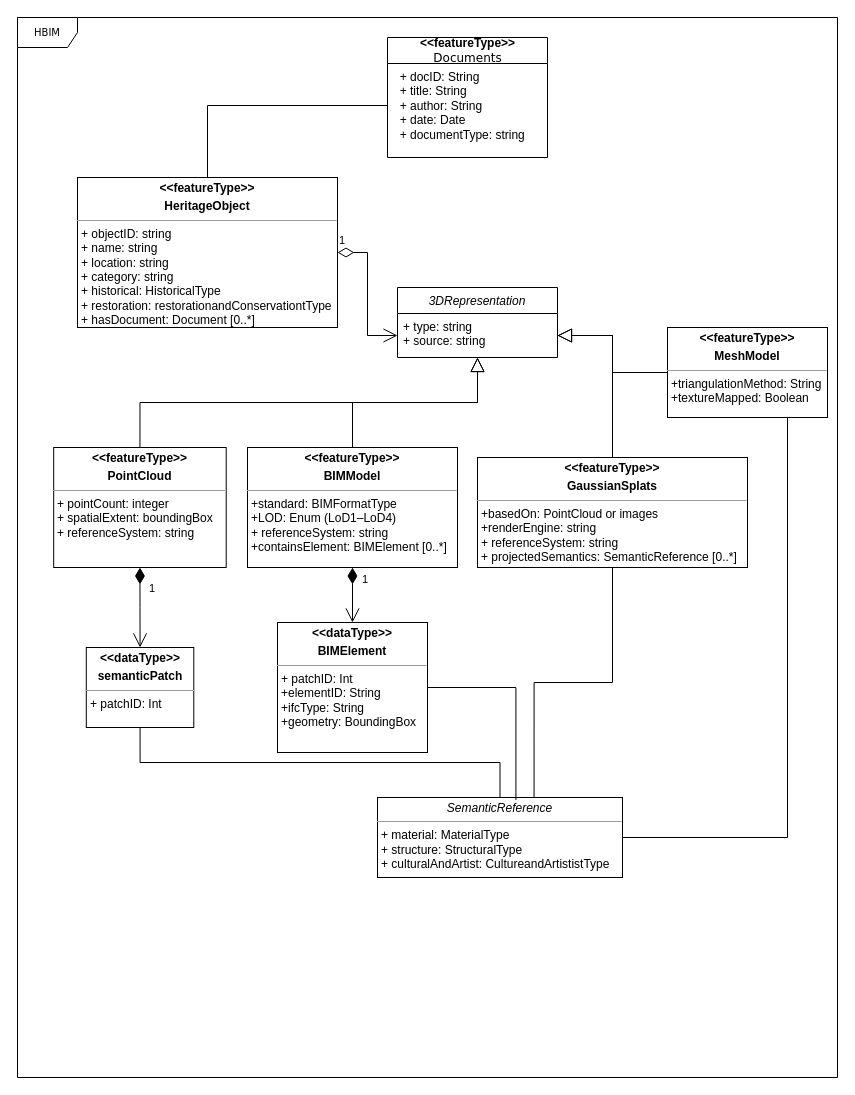
Above: HBIM_UML_withGS.drawio in Zhuoyuee/thesis (draw.io), before the change. Source tidied: cells renumbered, new cells numbered last; positions are measured from the earlier drawing's top-left corner, leaving out a move shared by most shapes. Both pictures are drawn from the tidied source at 100%, with x=0, y=0 at pixel (17, 17).
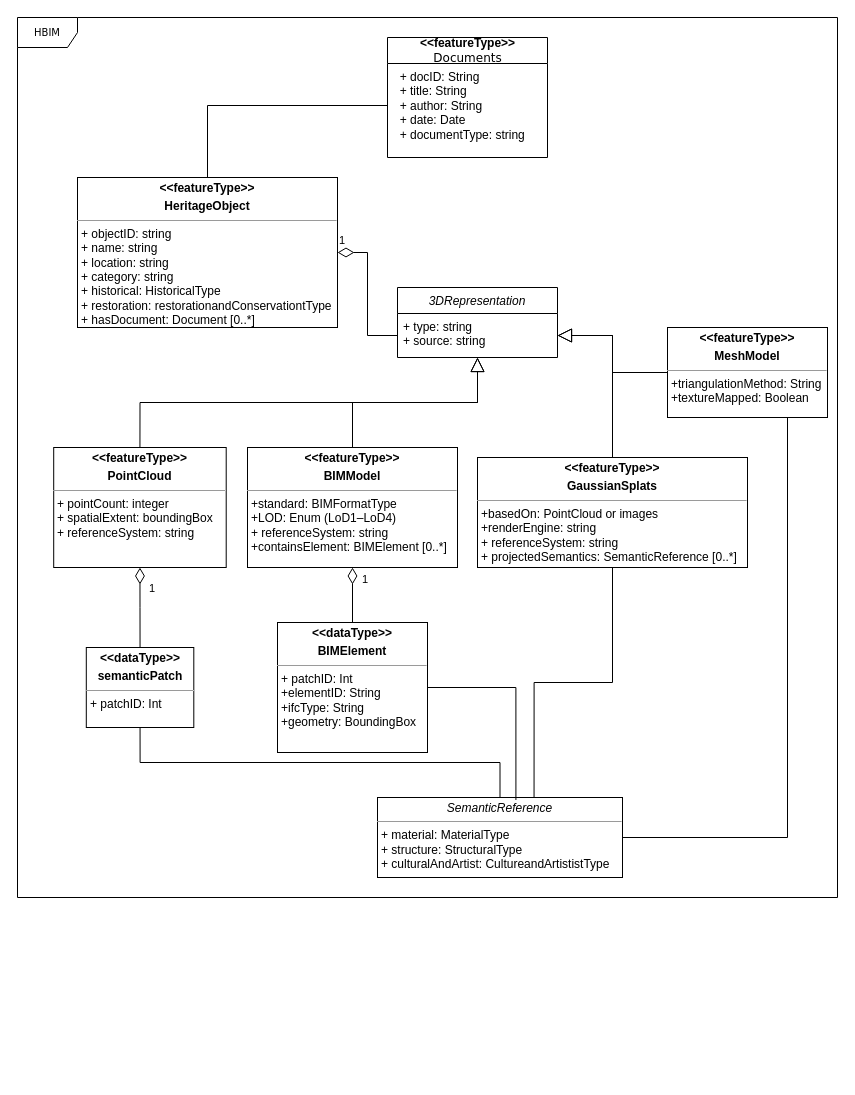
The same page after the edit.

Unchanged cells that the change refers to:
```xml
<mxCell id="7" value="+ type: string&lt;div&gt;+ source: string&lt;/div&gt;" style="text;strokeColor=none;fillColor=none;align=left;verticalAlign=top;spacingLeft=4;spacingRight=4;overflow=hidden;points=[[0,0.5],[1,0.5]];portConstraint=eastwest;whiteSpace=wrap;html=1;" parent="6" vertex="1">
  <mxGeometry y="26" width="160" height="44" as="geometry" />
</mxCell>
<mxCell id="8" value="&lt;p style=&quot;margin:0px;margin-top:4px;text-align:center;&quot;&gt;&lt;b&gt;&amp;lt;&amp;lt;featureType&amp;gt;&amp;gt;&lt;/b&gt;&lt;b&gt;&lt;/b&gt;&lt;/p&gt;&lt;p style=&quot;margin:0px;margin-top:4px;text-align:center;&quot;&gt;&lt;b&gt;PointCloud&lt;/b&gt;&lt;/p&gt;&lt;hr size=&quot;1&quot;&gt;&lt;p style=&quot;margin:0px;margin-left:4px;&quot;&gt;+ pointCount: integer&lt;/p&gt;&lt;p style=&quot;margin:0px;margin-left:4px;&quot;&gt;+ spatialExtent: boundingBox&lt;/p&gt;&lt;p style=&quot;margin:0px;margin-left:4px;&quot;&gt;+ referenceSystem: string&lt;/p&gt;" style="verticalAlign=top;align=left;overflow=fill;fontSize=12;fontFamily=Helvetica;html=1;rounded=0;shadow=0;comic=0;labelBackgroundColor=none;strokeWidth=1;" parent="1" vertex="1">
  <mxGeometry x="36.2" y="430" width="172.5" height="120" as="geometry" />
</mxCell>
<mxCell id="10" value="&lt;p style=&quot;margin:0px;margin-top:4px;text-align:center;&quot;&gt;&lt;b&gt;&amp;lt;&amp;lt;featureType&amp;gt;&amp;gt;&lt;/b&gt;&lt;b&gt;&lt;/b&gt;&lt;/p&gt;&lt;p style=&quot;margin:0px;margin-top:4px;text-align:center;&quot;&gt;&lt;b&gt;HeritageObject&lt;/b&gt;&lt;/p&gt;&lt;hr size=&quot;1&quot;&gt;&lt;p style=&quot;margin:0px;margin-left:4px;&quot;&gt;+ objectID: string&lt;br&gt;+ name: string&lt;/p&gt;&lt;p style=&quot;margin:0px;margin-left:4px;&quot;&gt;+ location: string&lt;/p&gt;&lt;p style=&quot;margin:0px;margin-left:4px;&quot;&gt;+ category: string&lt;/p&gt;&lt;p style=&quot;margin: 0px 0px 0px 4px;&quot;&gt;+ historical: HistoricalType&lt;/p&gt;&lt;p style=&quot;margin: 0px 0px 0px 4px;&quot;&gt;+ restoration:&amp;nbsp;&lt;span style=&quot;background-color: transparent; color: light-dark(rgb(0, 0, 0), rgb(255, 255, 255)); text-align: center;&quot;&gt;restorationandConservationtType&lt;/span&gt;&lt;/p&gt;&lt;p style=&quot;margin:0px;margin-left:4px;&quot;&gt;+ hasDocument: Document [0..*]&lt;/p&gt;" style="verticalAlign=top;align=left;overflow=fill;fontSize=12;fontFamily=Helvetica;html=1;rounded=0;shadow=0;comic=0;labelBackgroundColor=none;strokeWidth=1;" parent="1" vertex="1">
  <mxGeometry x="60" y="160" width="260" height="150" as="geometry" />
</mxCell>
<mxCell id="12" value="&lt;p style=&quot;margin:0px;margin-top:4px;text-align:center;&quot;&gt;&lt;b&gt;&amp;lt;&amp;lt;featureType&amp;gt;&amp;gt;&lt;/b&gt;&lt;b&gt;&lt;/b&gt;&lt;/p&gt;&lt;p style=&quot;margin:0px;margin-top:4px;text-align:center;&quot;&gt;&lt;b&gt;BIMModel&lt;/b&gt;&lt;/p&gt;&lt;hr size=&quot;1&quot;&gt;&lt;p style=&quot;margin:0px;margin-left:4px;&quot;&gt;+standard: BIMFormatType&lt;/p&gt;&lt;p style=&quot;margin:0px;margin-left:4px;&quot;&gt;+LOD: Enum (LoD1–LoD4)&lt;/p&gt;&lt;p style=&quot;margin:0px;margin-left:4px;&quot;&gt;+ referenceSystem: string&lt;/p&gt;&lt;p style=&quot;margin:0px;margin-left:4px;&quot;&gt;+containsElement: BIMElement [0..*]&lt;/p&gt;" style="verticalAlign=top;align=left;overflow=fill;fontSize=12;fontFamily=Helvetica;html=1;rounded=0;shadow=0;comic=0;labelBackgroundColor=none;strokeWidth=1;" parent="1" vertex="1">
  <mxGeometry x="230" y="430" width="210" height="120" as="geometry" />
</mxCell>
<mxCell id="14" value="&lt;p style=&quot;margin:0px;margin-top:4px;text-align:center;&quot;&gt;&lt;b&gt;&amp;lt;&amp;lt;dataType&amp;gt;&amp;gt;&lt;/b&gt;&lt;b&gt;&lt;/b&gt;&lt;/p&gt;&lt;p style=&quot;margin:0px;margin-top:4px;text-align:center;&quot;&gt;&lt;b&gt;semanticPatch&lt;/b&gt;&lt;/p&gt;&lt;hr size=&quot;1&quot;&gt;&lt;p style=&quot;margin:0px;margin-left:4px;&quot;&gt;+ patchID: Int&lt;br&gt;&lt;br&gt;&lt;/p&gt;" style="verticalAlign=top;align=left;overflow=fill;fontSize=12;fontFamily=Helvetica;html=1;rounded=0;shadow=0;comic=0;labelBackgroundColor=none;strokeWidth=1;" parent="1" vertex="1">
  <mxGeometry x="68.8" y="630" width="107.5" height="80" as="geometry" />
</mxCell>
<mxCell id="15" value="&lt;p style=&quot;margin:0px;margin-top:4px;text-align:center;&quot;&gt;&lt;b&gt;&amp;lt;&amp;lt;dataType&amp;gt;&amp;gt;&lt;/b&gt;&lt;b&gt;&lt;/b&gt;&lt;/p&gt;&lt;p style=&quot;margin:0px;margin-top:4px;text-align:center;&quot;&gt;&lt;b&gt;BIMElement&lt;/b&gt;&lt;/p&gt;&lt;hr size=&quot;1&quot;&gt;&lt;p style=&quot;margin:0px;margin-left:4px;&quot;&gt;+ patchID: Int&lt;br&gt;&lt;/p&gt;&lt;p style=&quot;margin:0px;margin-left:4px;&quot;&gt;+elementID: String&lt;/p&gt;&lt;p style=&quot;margin:0px;margin-left:4px;&quot;&gt;+ifcType: String&lt;/p&gt;&lt;p style=&quot;margin:0px;margin-left:4px;&quot;&gt;+geometry: BoundingBox&lt;/p&gt;" style="verticalAlign=top;align=left;overflow=fill;fontSize=12;fontFamily=Helvetica;html=1;rounded=0;shadow=0;comic=0;labelBackgroundColor=none;strokeWidth=1;" parent="1" vertex="1">
  <mxGeometry x="260" y="605" width="150" height="130" as="geometry" />
</mxCell>
```

Diff of the diagram source:
```diff
@@
     <mxCell id="2" value="HBIM" style="shape=umlFrame;whiteSpace=wrap;html=1;rounded=0;shadow=0;comic=0;labelBackgroundColor=none;strokeWidth=1;fontFamily=Verdana;fontSize=10;align=center;" parent="1" vertex="1">
-      <mxGeometry width="820" height="1060" as="geometry" />
+      <mxGeometry width="820" height="880" as="geometry" />
     </mxCell>
@@
-    <mxCell id="9" value="1" style="endArrow=open;html=1;endSize=12;startArrow=diamondThin;startSize=14;startFill=0;edgeStyle=orthogonalEdgeStyle;align=left;verticalAlign=bottom;rounded=0;entryX=0;entryY=0.5;entryDx=0;entryDy=0;exitX=1;exitY=0.5;exitDx=0;exitDy=0;" parent="1" edge="1" source="10" target="7">
+    <mxCell id="9" value="1" style="endArrow=none;html=1;endSize=12;startArrow=diamondThin;startSize=14;startFill=0;edgeStyle=orthogonalEdgeStyle;align=left;verticalAlign=bottom;rounded=0;entryX=0;entryY=0.5;entryDx=0;entryDy=0;exitX=1;exitY=0.5;exitDx=0;exitDy=0;" parent="1" edge="1" source="10" target="7">
       <mxGeometry x="-1" y="3" relative="1" as="geometry" />
     </mxCell>
@@
-    <mxCell id="20" value="1" style="endArrow=open;html=1;endSize=12;startArrow=diamondThin;startSize=14;startFill=1;edgeStyle=orthogonalEdgeStyle;align=left;verticalAlign=bottom;rounded=0;exitX=0.5;exitY=1;exitDx=0;exitDy=0;entryX=0.5;entryY=0;entryDx=0;entryDy=0;" parent="1" edge="1" source="8" target="14">
+    <mxCell id="20" value="1" style="endArrow=none;html=1;endSize=12;startArrow=diamondThin;startSize=14;startFill=0;edgeStyle=orthogonalEdgeStyle;align=left;verticalAlign=bottom;rounded=0;exitX=0.5;exitY=1;exitDx=0;exitDy=0;entryX=0.5;entryY=0;entryDx=0;entryDy=0;" parent="1" edge="1" source="8" target="14">
       <mxGeometry x="-0.25" y="8" relative="1" as="geometry" />
     </mxCell>
-    <mxCell id="21" value="1" style="endArrow=open;html=1;endSize=12;startArrow=diamondThin;startSize=14;startFill=1;edgeStyle=orthogonalEdgeStyle;align=left;verticalAlign=bottom;rounded=0;exitX=0.5;exitY=1;exitDx=0;exitDy=0;entryX=0.5;entryY=0;entryDx=0;entryDy=0;" parent="1" edge="1" source="12" target="15">
+    <mxCell id="21" value="1" style="endArrow=none;html=1;endSize=12;startArrow=diamondThin;startSize=14;startFill=0;edgeStyle=orthogonalEdgeStyle;align=left;verticalAlign=bottom;rounded=0;exitX=0.5;exitY=1;exitDx=0;exitDy=0;entryX=0.5;entryY=0;entryDx=0;entryDy=0;" parent="1" edge="1" source="12" target="15">
       <mxGeometry x="-0.25" y="8" relative="1" as="geometry" />
     </mxCell>
```
